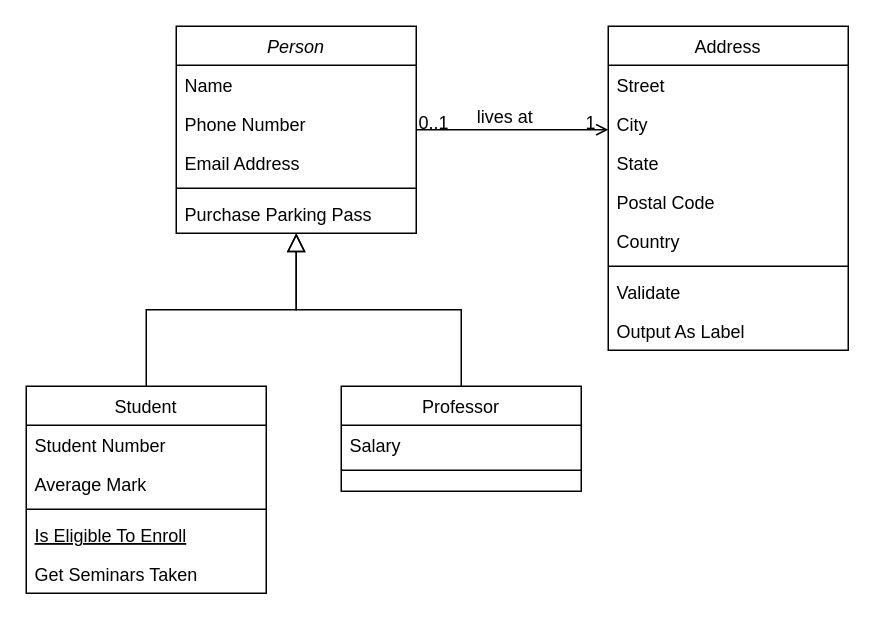
ZBCccc/KOB keeps this draw.io diagram as 未命名绘图.drawio. Above is the earlier version. Source tidied: cells renumbered, new cells numbered last; positions are measured from the earlier drawing's top-left corner, leaving out a move shared by most shapes. Both pictures are drawn from the tidied source at 150%, with x=0, y=0 at pixel (26, 26).
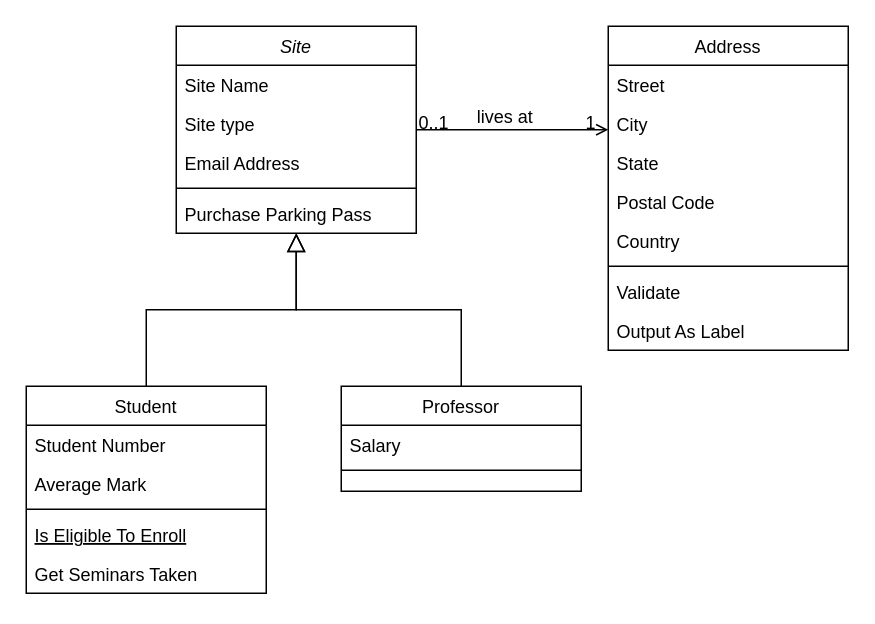
After the change.

Commit message (it also covers changes not shown here):
更新未命名绘图.drawio

Diff of the diagram source:
```diff
@@
-    <mxCell id="2" value="Person" style="swimlane;fontStyle=2;align=center;verticalAlign=top;horizontal=1;startSize=26;rounded=0;shadow=0;strokeWidth=1;" parent="1" vertex="1">
+    <mxCell id="2" value="Site " style="swimlane;fontStyle=2;align=center;verticalAlign=top;horizontal=1;startSize=26;rounded=0;shadow=0;strokeWidth=1;" parent="1" vertex="1">
       <mxGeometry x="100" width="160" height="138" as="geometry" />
     </mxCell>
-    <mxCell id="3" value="Name" style="text;align=left;verticalAlign=top;spacingLeft=4;spacingRight=4;overflow=hidden;" parent="2" vertex="1">
+    <mxCell id="3" value="Site Name" style="text;align=left;verticalAlign=top;spacingLeft=4;spacingRight=4;overflow=hidden;" parent="2" vertex="1">
       <mxGeometry y="26" width="160" height="26" as="geometry" />
     </mxCell>
-    <mxCell id="4" value="Phone Number" style="text;align=left;verticalAlign=top;spacingLeft=4;spacingRight=4;overflow=hidden;rounded=0;shadow=0;html=0;" parent="2" vertex="1">
+    <mxCell id="4" value="Site type" style="text;align=left;verticalAlign=top;spacingLeft=4;spacingRight=4;overflow=hidden;rounded=0;shadow=0;html=0;" parent="2" vertex="1">
       <mxGeometry y="52" width="160" height="26" as="geometry" />
     </mxCell>
```
